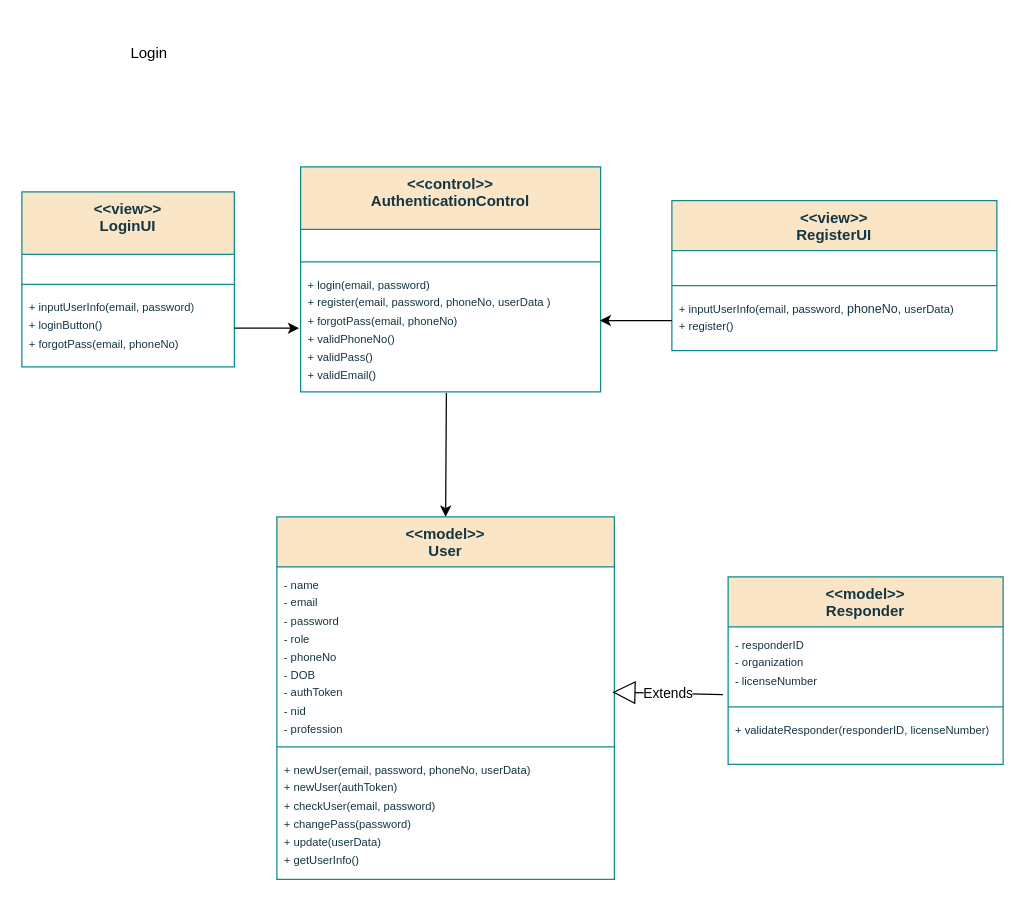
Earlier version of the draw.io diagram page "1. Login and Registration" (1 of 17) of Untitled Diagram.drawio (TH-014/CSE_326). Source tidied: cells renumbered, new cells numbered last; positions are measured from the earlier drawing's top-left corner, leaving out a move shared by most shapes. Both pictures are drawn from the tidied source at 125%, with x=0, y=0 at pixel (21, 21).
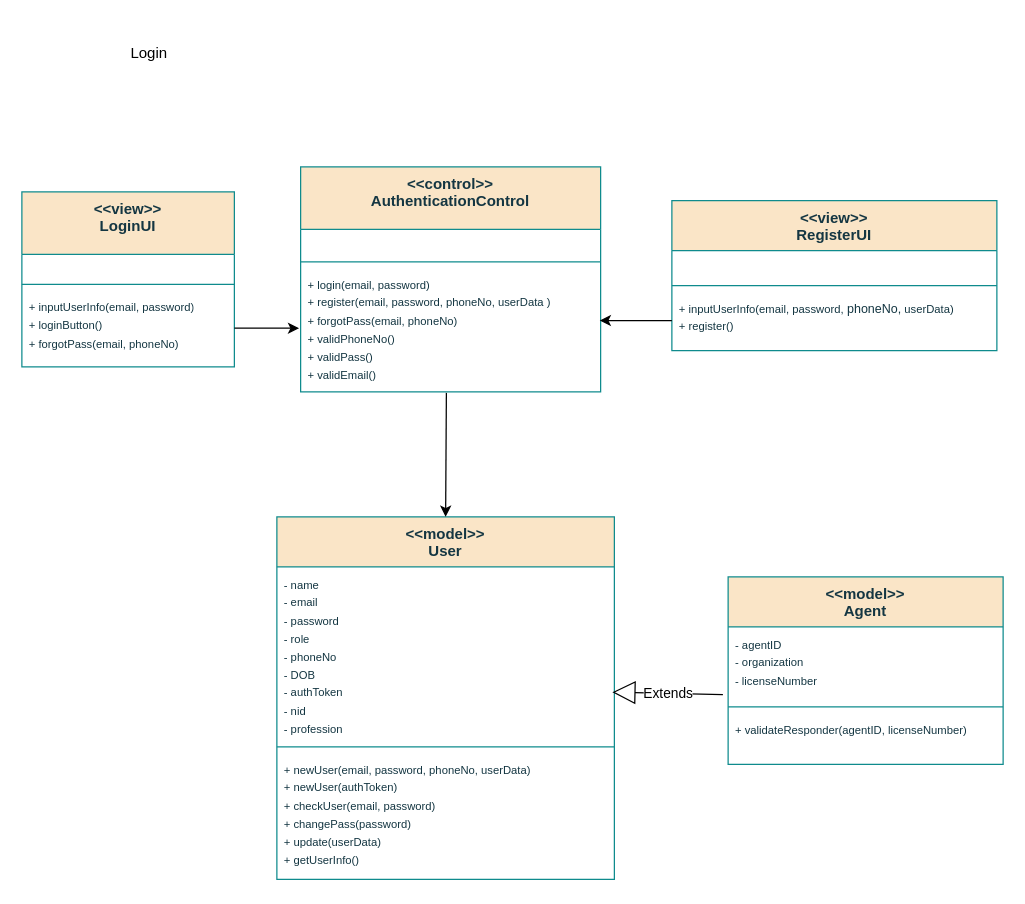
Above is the later version.

Change to the diagram source:
```diff
@@
-    <mxCell id="23" value="&amp;lt;&amp;lt;model&amp;gt;&amp;gt;&lt;br&gt;Responder" style="swimlane;fontStyle=1;align=center;verticalAlign=top;horizontal=1;startSize=40;whiteSpace=wrap;html=1;labelBackgroundColor=none;fillColor=#FAE5C7;strokeColor=#0F8B8D;fontColor=#143642;" parent="1" vertex="1">
+    <mxCell id="23" value="&amp;lt;&amp;lt;model&amp;gt;&amp;gt;&lt;br&gt;Agent" style="swimlane;fontStyle=1;align=center;verticalAlign=top;horizontal=1;startSize=40;whiteSpace=wrap;html=1;labelBackgroundColor=none;fillColor=#FAE5C7;strokeColor=#0F8B8D;fontColor=#143642;" parent="1" vertex="1">
       <mxGeometry x="565" y="444" width="220" height="150" as="geometry" />
     </mxCell>
-    <mxCell id="24" value="&lt;font style=&quot;font-size: 9px;&quot;&gt;- responderID&lt;/font&gt;&lt;div&gt;&lt;font style=&quot;font-size: 9px;&quot;&gt;- organization&lt;/font&gt;&lt;/div&gt;&lt;div&gt;&lt;font style=&quot;font-size: 9px;&quot;&gt;- licenseNumber&lt;/font&gt;&lt;/div&gt;" style="text;strokeColor=none;fillColor=none;align=left;verticalAlign=top;spacingLeft=4;spacingRight=4;overflow=hidden;points=[[0,0.5],[1,0.5]];portConstraint=eastwest;whiteSpace=wrap;html=1;labelBackgroundColor=none;fontColor=#143642;" parent="23" vertex="1">
+    <mxCell id="24" value="&lt;font style=&quot;font-size: 9px;&quot;&gt;- agentID&lt;/font&gt;&lt;div&gt;&lt;font style=&quot;font-size: 9px;&quot;&gt;- organization&lt;/font&gt;&lt;/div&gt;&lt;div&gt;&lt;font style=&quot;font-size: 9px;&quot;&gt;- licenseNumber&lt;/font&gt;&lt;/div&gt;" style="text;strokeColor=none;fillColor=none;align=left;verticalAlign=top;spacingLeft=4;spacingRight=4;overflow=hidden;points=[[0,0.5],[1,0.5]];portConstraint=eastwest;whiteSpace=wrap;html=1;labelBackgroundColor=none;fontColor=#143642;" parent="23" vertex="1">
       <mxGeometry y="40" width="220" height="60" as="geometry" />
     </mxCell>
@@
-    <mxCell id="27" value="&lt;div&gt;&lt;font style=&quot;font-size: 9px;&quot;&gt;+ validateResponder(responderID, licenseNumber)&lt;/font&gt;&lt;/div&gt;" style="text;strokeColor=none;fillColor=none;align=left;verticalAlign=top;spacingLeft=4;spacingRight=4;overflow=hidden;whiteSpace=wrap;html=1;labelBackgroundColor=none;fontColor=#143642;" parent="23" vertex="1">
+    <mxCell id="27" value="&lt;div&gt;&lt;font style=&quot;font-size: 9px;&quot;&gt;+ validateResponder(agentID, licenseNumber)&lt;/font&gt;&lt;/div&gt;" style="text;strokeColor=none;fillColor=none;align=left;verticalAlign=top;spacingLeft=4;spacingRight=4;overflow=hidden;whiteSpace=wrap;html=1;labelBackgroundColor=none;fontColor=#143642;" parent="23" vertex="1">
       <mxGeometry y="108" width="220" height="42" as="geometry" />
     </mxCell>
```
